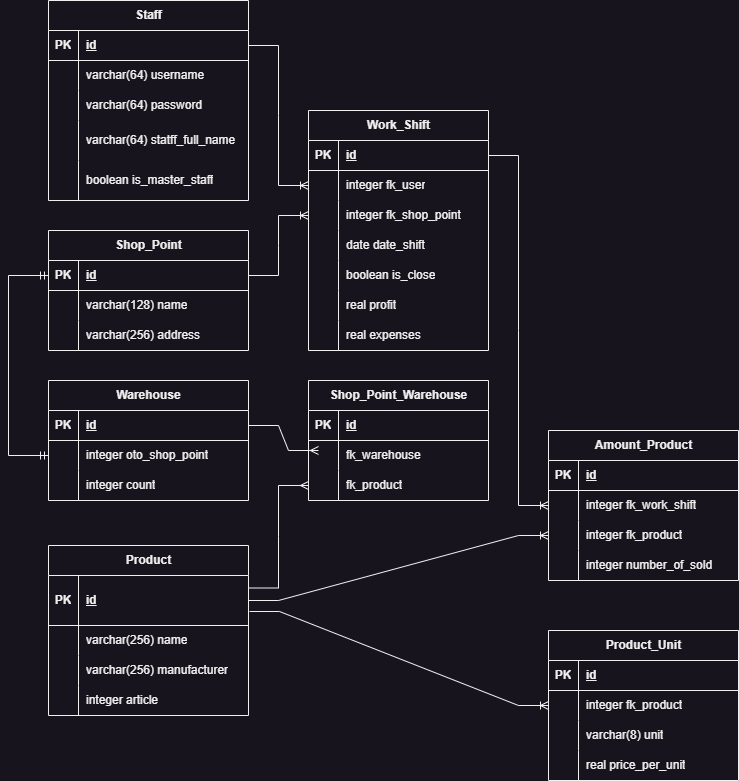
Earlier version of the draw.io export images/OTUS_DB_HW_1.drawio.png (OhlupinMaxim/otus-postgres-dba). Source tidied: cells renumbered, new cells last; positions are measured from the earlier drawing's top-left corner, leaving out a move shared by most shapes.
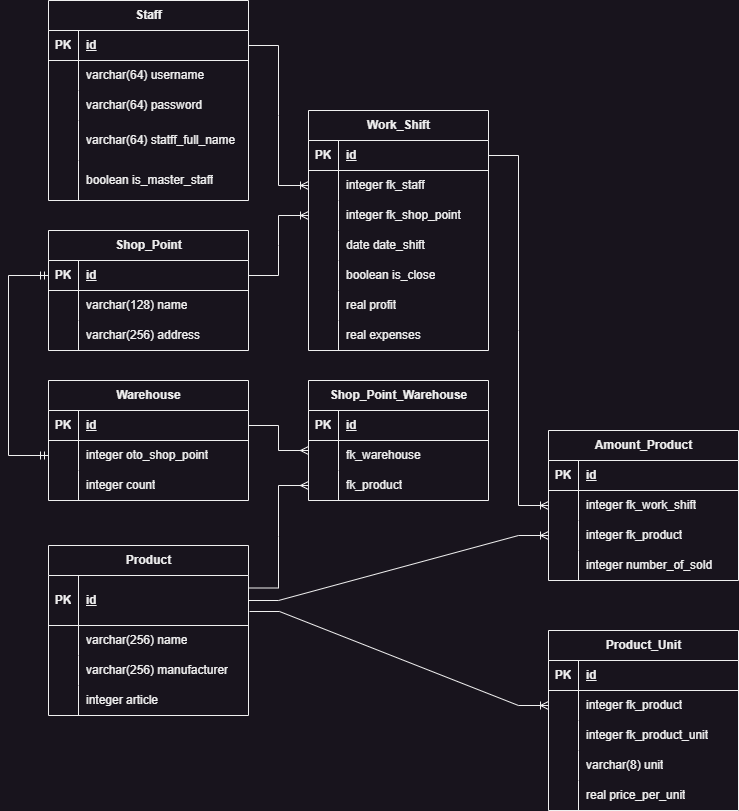
After the commit.

Commit message:
HOMEWORK-7 complete

What changed in the source:
```diff
@@ -176,7 +176,7 @@
     <mxCell id="59" style="shape=partialRectangle;fillColor=none;top=0;left=0;bottom=0;right=0;overflow=hidden;whiteSpace=wrap;html=1;" parent="58" vertex="1">
       <mxGeometry width="30" height="30" as="geometry" />
     </mxCell>
-    <mxCell id="60" value="integer fk_user" style="shape=partialRectangle;fillColor=none;top=0;left=0;bottom=0;right=0;align=left;spacingLeft=6;overflow=hidden;whiteSpace=wrap;html=1;" parent="58" vertex="1">
+    <mxCell id="60" value="integer fk_staff" style="shape=partialRectangle;fillColor=none;top=0;left=0;bottom=0;right=0;align=left;spacingLeft=6;overflow=hidden;whiteSpace=wrap;html=1;" parent="58" vertex="1">
       <mxGeometry x="30" width="150" height="30" as="geometry" />
     </mxCell>
     <mxCell id="61" style="shape=tableRow;horizontal=0;startSize=0;swimlaneHead=0;swimlaneBody=0;fillColor=none;points=[[0,0.5],[1,0.5]];portConstraint=eastwest;top=0;left=0;right=0;bottom=0;" parent="54" vertex="1">
@@ -277,7 +277,7 @@
       <mxGeometry relative="1" as="geometry" />
     </mxCell>
     <mxCell id="91" value="Product_Unit" style="shape=table;startSize=30;rowLines=0;fontStyle=1;align=center;html=1;" parent="1" vertex="1">
-      <mxGeometry x="540" y="630" width="190" height="150" as="geometry" />
+      <mxGeometry x="540" y="630" width="190" height="180" as="geometry" />
     </mxCell>
     <mxCell id="92" style="shape=tableRow;horizontal=0;startSize=0;swimlaneHead=0;swimlaneBody=0;fillColor=none;top=0;left=0;right=0;bottom=1;" parent="91" vertex="1">
       <mxGeometry y="30" width="190" height="30" as="geometry" />
@@ -297,8 +297,17 @@
     <mxCell id="97" value="integer fk_product" style="shape=partialRectangle;fillColor=none;top=0;left=0;bottom=0;right=0;align=left;spacingLeft=6;overflow=hidden;whiteSpace=wrap;html=1;" parent="95" vertex="1">
       <mxGeometry x="30" width="160" height="30" as="geometry" />
     </mxCell>
+    <mxCell id="117" style="shape=tableRow;horizontal=0;startSize=0;swimlaneHead=0;swimlaneBody=0;fillColor=none;top=0;left=0;right=0;bottom=0;" parent="91" vertex="1">
+      <mxGeometry y="90" width="190" height="30" as="geometry" />
+    </mxCell>
+    <mxCell id="118" style="shape=partialRectangle;fillColor=none;top=0;left=0;bottom=0;right=0;overflow=hidden;whiteSpace=wrap;html=1;" parent="117" vertex="1">
+      <mxGeometry width="30" height="30" as="geometry" />
+    </mxCell>
+    <mxCell id="119" value="integer fk_product_unit" style="shape=partialRectangle;fillColor=none;top=0;left=0;bottom=0;right=0;align=left;spacingLeft=6;overflow=hidden;whiteSpace=wrap;html=1;" parent="117" vertex="1">
+      <mxGeometry x="30" width="160" height="30" as="geometry" />
+    </mxCell>
     <mxCell id="98" style="shape=tableRow;horizontal=0;startSize=0;swimlaneHead=0;swimlaneBody=0;fillColor=none;top=0;left=0;right=0;bottom=0;" parent="91" vertex="1">
-      <mxGeometry y="90" width="190" height="30" as="geometry" />
+      <mxGeometry y="120" width="190" height="30" as="geometry" />
     </mxCell>
     <mxCell id="99" style="shape=partialRectangle;fillColor=none;top=0;left=0;bottom=0;right=0;overflow=hidden;whiteSpace=wrap;html=1;" parent="98" vertex="1">
       <mxGeometry width="30" height="30" as="geometry" />
@@ -307,7 +316,7 @@
       <mxGeometry x="30" width="160" height="30" as="geometry" />
     </mxCell>
     <mxCell id="101" style="shape=tableRow;horizontal=0;startSize=0;swimlaneHead=0;swimlaneBody=0;fillColor=none;top=0;left=0;right=0;bottom=0;" parent="91" vertex="1">
-      <mxGeometry y="120" width="190" height="30" as="geometry" />
+      <mxGeometry y="150" width="190" height="30" as="geometry" />
     </mxCell>
     <mxCell id="102" style="shape=partialRectangle;fillColor=none;top=0;left=0;bottom=0;right=0;overflow=hidden;whiteSpace=wrap;html=1;" parent="101" vertex="1">
       <mxGeometry width="30" height="30" as="geometry" />
@@ -353,7 +362,7 @@
     </mxCell>
     <mxCell id="116" style="edgeStyle=entityRelationEdgeStyle;fontSize=12;html=1;endArrow=ERmany;rounded=0;exitX=1;exitY=0.5;exitDx=0;exitDy=0;" parent="1" edge="1" source="80">
       <mxGeometry relative="1" as="geometry">
-        <mxPoint x="310" y="450" as="targetPoint" />
+        <mxPoint x="300" y="450" as="targetPoint" />
       </mxGeometry>
     </mxCell>
   </root>
```
